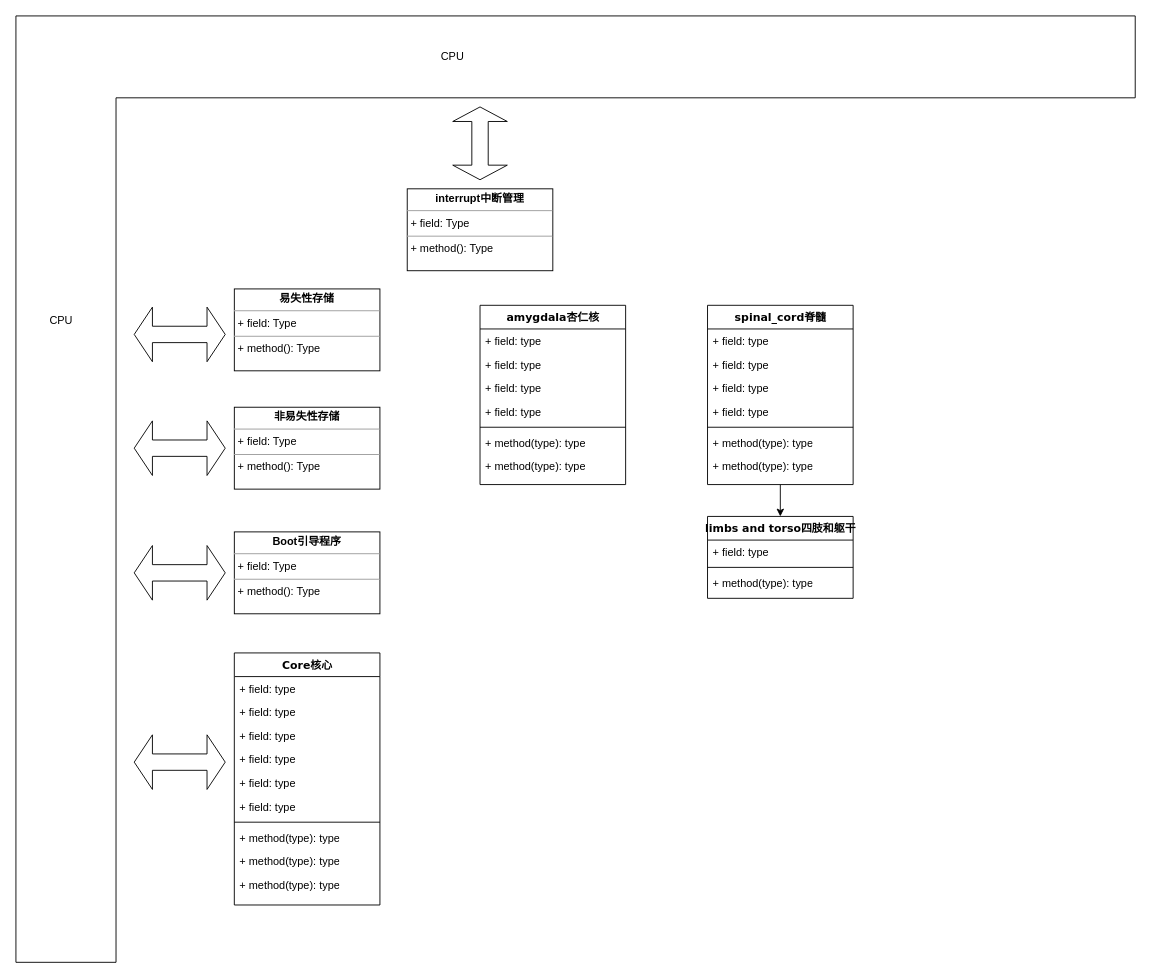
Earlier version of the draw.io diagram human_class.drawio (lxowalle/draw_io). Source tidied: cells renumbered, new cells numbered last; positions are measured from the earlier drawing's top-left corner, leaving out a move shared by most shapes. Both pictures are drawn from the tidied source at 91%, with x=0, y=0 at pixel (15, 15).
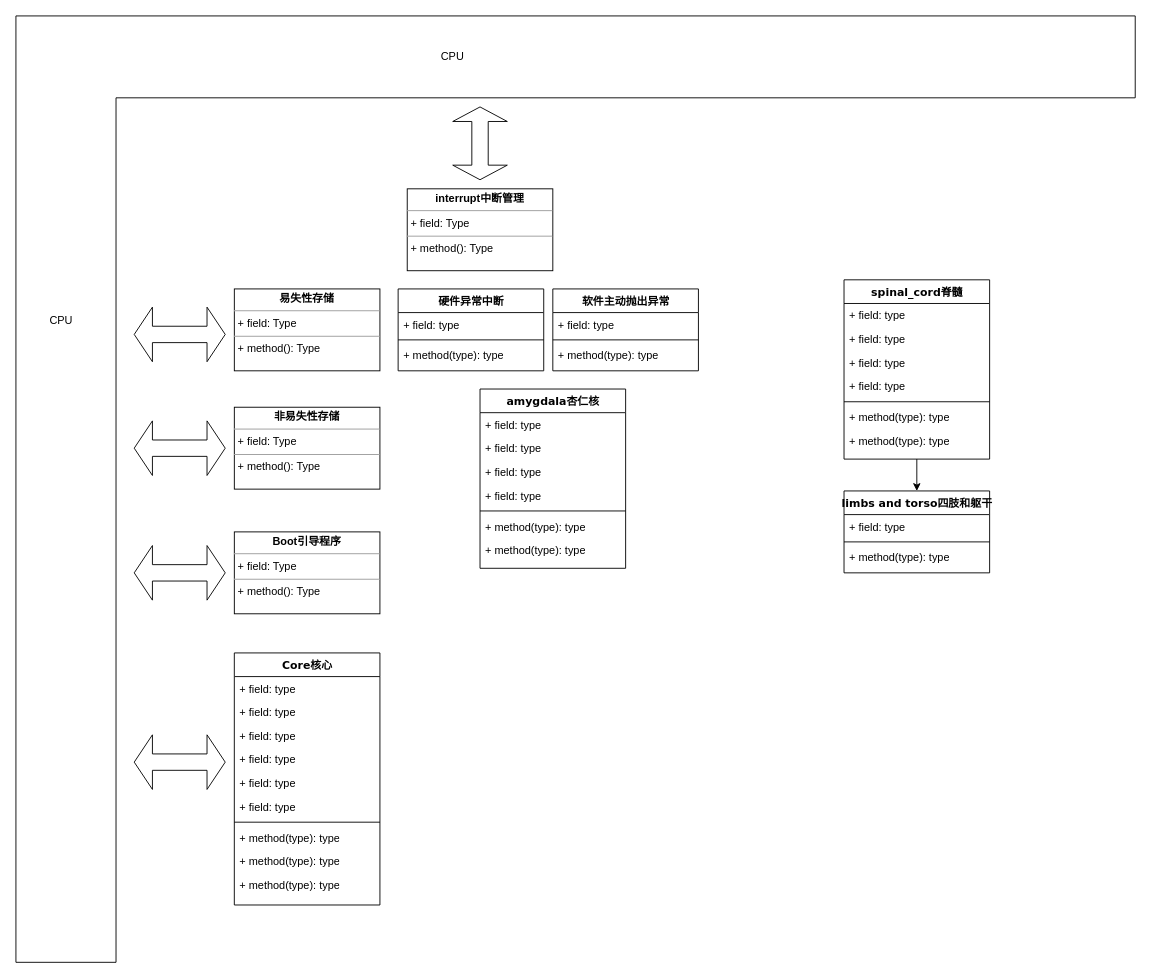
After the change.

Change to the diagram source:
```diff
@@
     <mxCell id="13" value="amygdala杏仁核" style="swimlane;html=1;fontStyle=1;align=center;verticalAlign=top;horizontal=1;startSize=26;swimlaneFillColor=#ffffff;rounded=0;shadow=0;comic=0;labelBackgroundColor=none;strokeWidth=1;fillColor=none;fontFamily=Verdana;fontSize=12;" parent="1" vertex="1">
-      <mxGeometry x="510" y="318" width="160" height="197" as="geometry" />
+      <mxGeometry x="510" y="410" width="160" height="197" as="geometry" />
     </mxCell>
@@
     <mxCell id="34" value="spinal_cord脊髓" style="swimlane;html=1;fontStyle=1;align=center;verticalAlign=top;horizontal=1;startSize=26;swimlaneFillColor=#ffffff;rounded=0;shadow=0;comic=0;labelBackgroundColor=none;strokeWidth=1;fillColor=none;fontFamily=Verdana;fontSize=12;" parent="1" vertex="1">
-      <mxGeometry x="760" y="318" width="160" height="197" as="geometry" />
+      <mxGeometry x="910" y="290" width="160" height="197" as="geometry" />
     </mxCell>
@@
     <mxCell id="42" value="limbs and torso四肢和躯干" style="swimlane;html=1;fontStyle=1;align=center;verticalAlign=top;horizontal=1;startSize=26;swimlaneFillColor=#ffffff;rounded=0;shadow=0;comic=0;labelBackgroundColor=none;strokeWidth=1;fillColor=none;fontFamily=Verdana;fontSize=12;" parent="1" vertex="1">
-      <mxGeometry x="760" y="550" width="160" height="90" as="geometry" />
+      <mxGeometry x="910" y="522" width="160" height="90" as="geometry" />
     </mxCell>
@@
+    <mxCell id="46" value="硬件异常中断" style="swimlane;html=1;fontStyle=1;align=center;verticalAlign=top;horizontal=1;startSize=26;swimlaneFillColor=#ffffff;rounded=0;shadow=0;comic=0;labelBackgroundColor=none;strokeWidth=1;fillColor=none;fontFamily=Verdana;fontSize=12;" parent="1" vertex="1">
+      <mxGeometry x="420" y="300" width="160" height="90" as="geometry" />
+    </mxCell>
+    <mxCell id="47" value="+ field: type" style="text;html=1;strokeColor=none;fillColor=none;align=left;verticalAlign=top;spacingLeft=4;spacingRight=4;whiteSpace=wrap;overflow=hidden;" parent="46" vertex="1">
+      <mxGeometry y="26" width="160" height="26" as="geometry" />
+    </mxCell>
+    <mxCell id="48" style="line;html=1;strokeWidth=1;fillColor=none;align=left;verticalAlign=middle;spacingTop=-1;spacingLeft=3;spacingRight=3;labelPosition=right;" parent="46" vertex="1">
+      <mxGeometry y="52" width="160" height="8" as="geometry" />
+    </mxCell>
+    <mxCell id="49" value="+ method(type): type" style="text;html=1;strokeColor=none;fillColor=none;align=left;verticalAlign=top;spacingLeft=4;spacingRight=4;whiteSpace=wrap;overflow=hidden;" parent="46" vertex="1">
+      <mxGeometry y="60" width="160" height="26" as="geometry" />
+    </mxCell>
+    <mxCell id="50" value="软件主动抛出异常" style="swimlane;html=1;fontStyle=1;align=center;verticalAlign=top;horizontal=1;startSize=26;swimlaneFillColor=#ffffff;rounded=0;shadow=0;comic=0;labelBackgroundColor=none;strokeWidth=1;fillColor=none;fontFamily=Verdana;fontSize=12;" parent="1" vertex="1">
+      <mxGeometry x="590" y="300" width="160" height="90" as="geometry" />
+    </mxCell>
+    <mxCell id="51" value="+ field: type" style="text;html=1;strokeColor=none;fillColor=none;align=left;verticalAlign=top;spacingLeft=4;spacingRight=4;whiteSpace=wrap;overflow=hidden;" parent="50" vertex="1">
+      <mxGeometry y="26" width="160" height="26" as="geometry" />
+    </mxCell>
+    <mxCell id="52" style="line;html=1;strokeWidth=1;fillColor=none;align=left;verticalAlign=middle;spacingTop=-1;spacingLeft=3;spacingRight=3;labelPosition=right;" parent="50" vertex="1">
+      <mxGeometry y="52" width="160" height="8" as="geometry" />
+    </mxCell>
+    <mxCell id="53" value="+ method(type): type" style="text;html=1;strokeColor=none;fillColor=none;align=left;verticalAlign=top;spacingLeft=4;spacingRight=4;whiteSpace=wrap;overflow=hidden;" parent="50" vertex="1">
+      <mxGeometry y="60" width="160" height="26" as="geometry" />
+    </mxCell>
```
